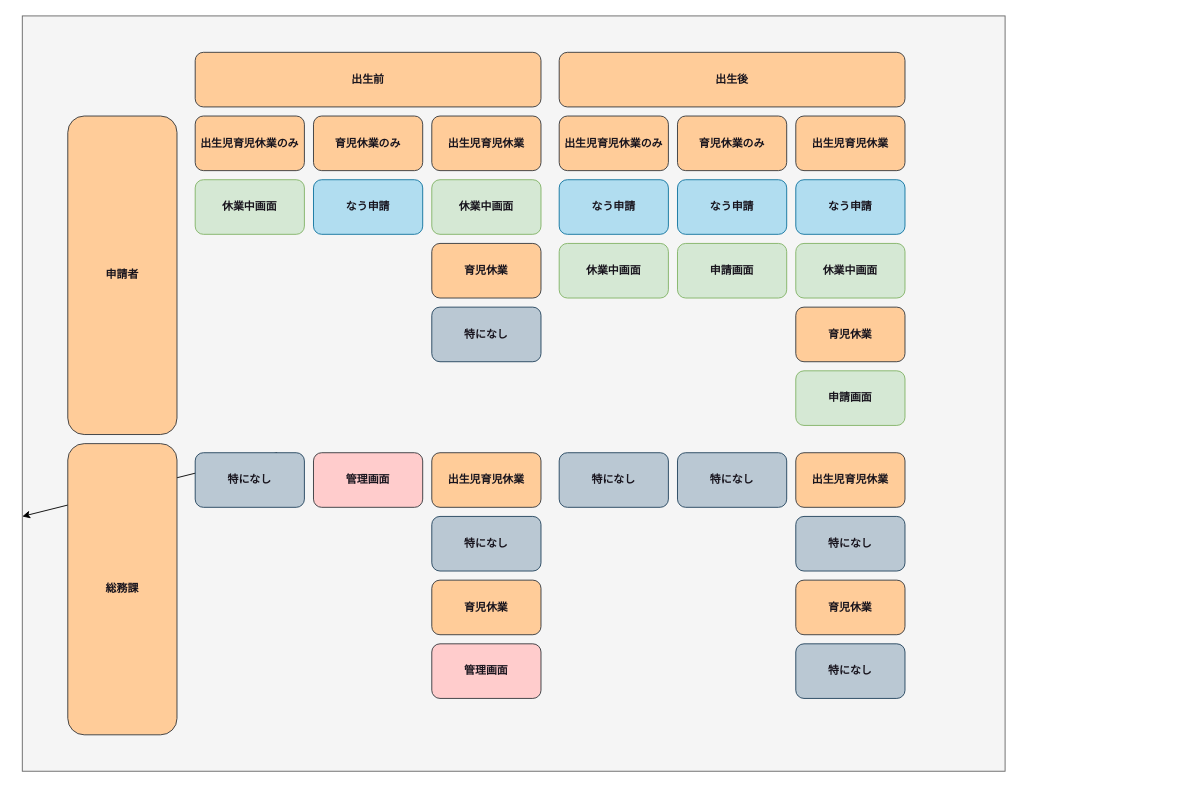
Earlier version of the draw.io diagram 衛生管理/出生報告.dio (Nke0628/document). Source tidied: cells renumbered, new cells numbered last; positions are measured from the earlier drawing's top-left corner, leaving out a move shared by most shapes. Both pictures are drawn from the tidied source at 91%, with x=0, y=0 at pixel (22, 15).
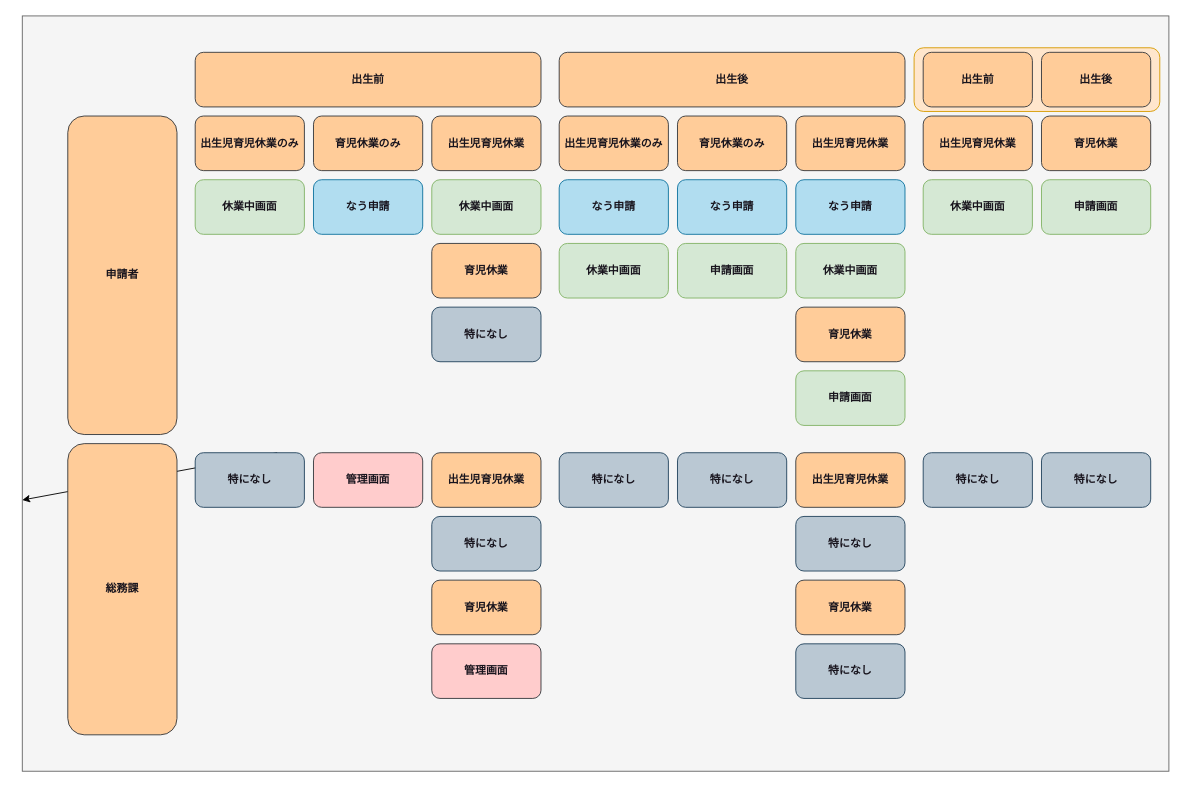
Above is the later version.

Commit message:
出生報告資料の修正

Diff of the diagram source:
```diff
@@
     <mxCell id="2" style="rounded=0;whiteSpace=wrap;html=1;fillColor=#f5f5f5;fontColor=#333333;strokeColor=#666666;" parent="1" vertex="1">
-      <mxGeometry width="1080" height="830" as="geometry" />
+      <mxGeometry width="1260" height="830" as="geometry" />
     </mxCell>
+    <mxCell id="39" style="rounded=1;whiteSpace=wrap;html=1;fillColor=#ffe6cc;strokeColor=#d79b00;" parent="1" vertex="1">
+      <mxGeometry x="980" y="35" width="270" height="70" as="geometry" />
+    </mxCell>
@@
+    <mxCell id="40" value="&lt;font color=&quot;#18141d&quot;&gt;&lt;b&gt;出生前&lt;/b&gt;&lt;/font&gt;" style="rounded=1;whiteSpace=wrap;html=1;fillColor=#ffcc99;strokeColor=#36393d;" parent="1" vertex="1">
+      <mxGeometry x="990" y="40" width="120" height="60" as="geometry" />
+    </mxCell>
+    <mxCell id="41" value="&lt;font color=&quot;#18141d&quot;&gt;&lt;b&gt;出生後&lt;/b&gt;&lt;/font&gt;" style="rounded=1;whiteSpace=wrap;html=1;fillColor=#ffcc99;strokeColor=#36393d;" parent="1" vertex="1">
+      <mxGeometry x="1120" y="40" width="120" height="60" as="geometry" />
+    </mxCell>
+    <mxCell id="42" value="&lt;font color=&quot;#18141d&quot;&gt;&lt;b&gt;出生児育児休業&lt;br&gt;&lt;/b&gt;&lt;/font&gt;" style="rounded=1;whiteSpace=wrap;html=1;fillColor=#ffcc99;strokeColor=#36393d;" parent="1" vertex="1">
+      <mxGeometry x="990" y="110" width="120" height="60" as="geometry" />
+    </mxCell>
+    <mxCell id="43" value="&lt;font color=&quot;#18141d&quot;&gt;&lt;b&gt;育児休業&lt;br&gt;&lt;/b&gt;&lt;/font&gt;" style="rounded=1;whiteSpace=wrap;html=1;fillColor=#ffcc99;strokeColor=#36393d;" parent="1" vertex="1">
+      <mxGeometry x="1120" y="110" width="120" height="60" as="geometry" />
+    </mxCell>
+    <mxCell id="44" value="&lt;font color=&quot;#18141d&quot;&gt;&lt;b&gt;休業中画面&lt;br&gt;&lt;/b&gt;&lt;/font&gt;" style="rounded=1;whiteSpace=wrap;html=1;fillColor=#d5e8d4;strokeColor=#82b366;" parent="1" vertex="1">
+      <mxGeometry x="990" y="180" width="120" height="60" as="geometry" />
+    </mxCell>
+    <mxCell id="45" value="&lt;font color=&quot;#18141d&quot;&gt;&lt;b&gt;特になし&lt;br&gt;&lt;/b&gt;&lt;/font&gt;" style="rounded=1;whiteSpace=wrap;html=1;fillColor=#bac8d3;strokeColor=#23445d;" parent="1" vertex="1">
+      <mxGeometry x="990" y="480" width="120" height="60" as="geometry" />
+    </mxCell>
+    <mxCell id="46" value="&lt;font color=&quot;#18141d&quot;&gt;&lt;b&gt;申請画面&lt;br&gt;&lt;/b&gt;&lt;/font&gt;" style="rounded=1;whiteSpace=wrap;html=1;fillColor=#d5e8d4;strokeColor=#82b366;" parent="1" vertex="1">
+      <mxGeometry x="1120" y="180" width="120" height="60" as="geometry" />
+    </mxCell>
+    <mxCell id="47" value="&lt;font color=&quot;#18141d&quot;&gt;&lt;b&gt;特になし&lt;br&gt;&lt;/b&gt;&lt;/font&gt;" style="rounded=1;whiteSpace=wrap;html=1;fillColor=#bac8d3;strokeColor=#23445d;" parent="1" vertex="1">
+      <mxGeometry x="1120" y="480" width="120" height="60" as="geometry" />
+    </mxCell>
```
